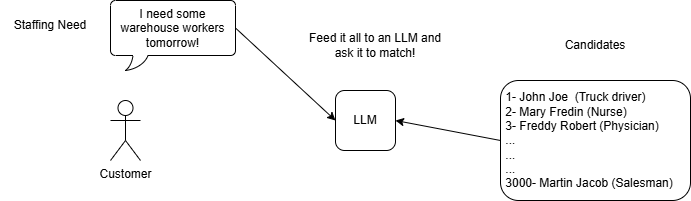
The draw.io diagram docs/LLM_Approach.png in Mena-Saleh/Intelliplan-Hackathon, before a commit. Source tidied: cells renumbered, new cells last; positions are measured from the earlier drawing's top-left corner, leaving out a move shared by most shapes.
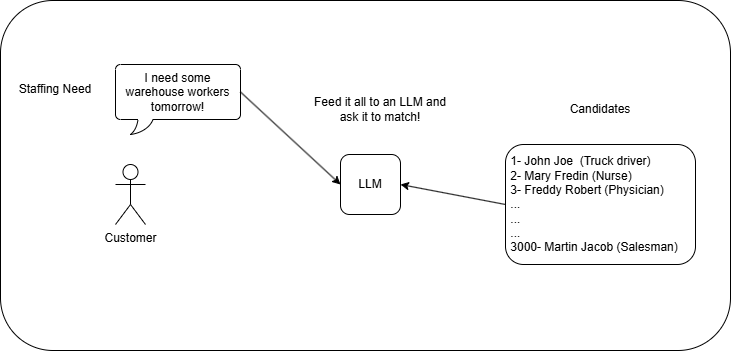
After the change.

Diff of the diagram source:
```diff
@@ -2,6 +2,9 @@
   <root>
     <mxCell id="0" />
     <mxCell id="1" parent="0" />
+    <mxCell id="11" style="rounded=1;whiteSpace=wrap;html=1;" parent="1" vertex="1">
+      <mxGeometry x="-5" y="-64" width="730" height="350" as="geometry" />
+    </mxCell>
     <mxCell id="2" value="LLM" style="rounded=1;whiteSpace=wrap;html=1;" parent="1" vertex="1">
       <mxGeometry x="335" y="90" width="60" height="60" as="geometry" />
     </mxCell>
```
